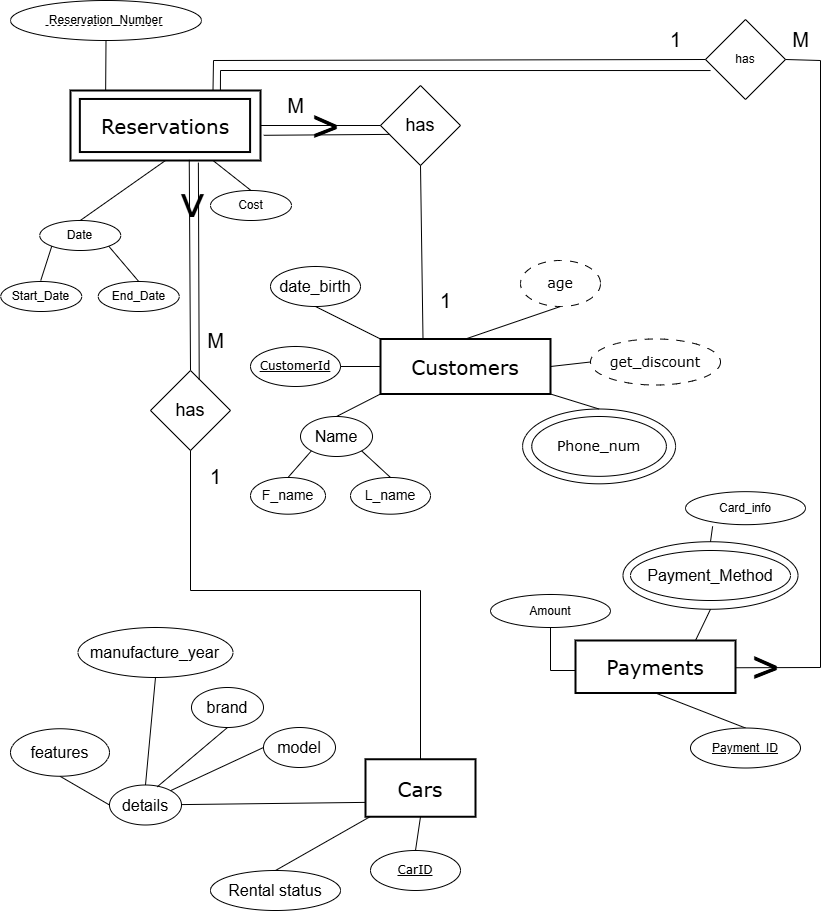
Before: ER Diagram.drawio.png, a diagram exported from draw.io (haneen1705/ERDs). Source tidied: cells renumbered, new cells last; positions are measured from the earlier drawing's top-left corner, leaving out a move shared by most shapes.
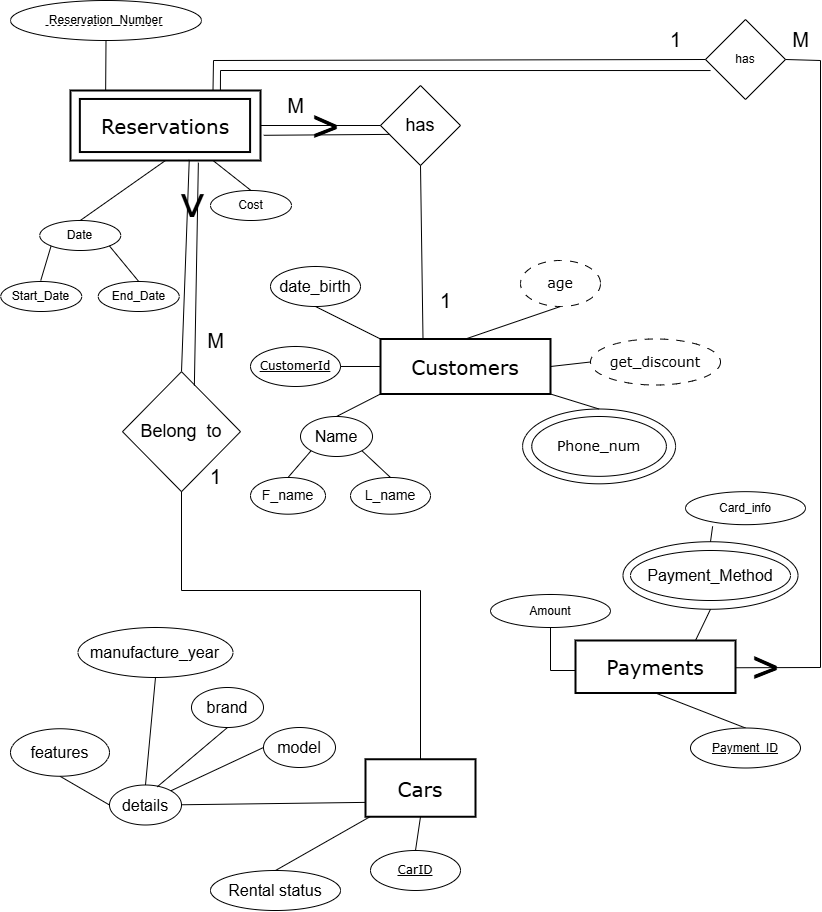
After the commit.

Diff of the diagram source:
```diff
@@ -200,14 +200,14 @@
     <mxCell id="64" style="endArrow=none;html=1;rounded=0;exitX=0.625;exitY=0.991;exitDx=0;exitDy=0;entryX=0.5;entryY=0;entryDx=0;entryDy=0;exitPerimeter=0;" parent="1" edge="1" source="6" target="65">
       <mxGeometry relative="1" as="geometry" />
     </mxCell>
-    <mxCell id="65" value="&lt;font style=&quot;font-size: 18px;&quot;&gt;has&lt;/font&gt;" style="rhombus;whiteSpace=wrap;html=1;" parent="1" vertex="1">
-      <mxGeometry x="150" y="370" width="80" height="80" as="geometry" />
+    <mxCell id="65" value="&lt;font style=&quot;font-size: 18px;&quot;&gt;Belong&amp;nbsp; to&lt;/font&gt;" style="rhombus;whiteSpace=wrap;html=1;" parent="1" vertex="1">
+      <mxGeometry x="122" y="371.2" width="118" height="120" as="geometry" />
     </mxCell>
     <mxCell id="66" style="endArrow=none;html=1;rounded=0;entryX=0.5;entryY=1;entryDx=0;entryDy=0;exitX=0.5;exitY=0;exitDx=0;exitDy=0;" parent="1" edge="1" source="3" target="65">
       <mxGeometry relative="1" as="geometry">
         <Array as="points">
           <mxPoint x="420" y="590" />
-          <mxPoint x="190" y="590" />
+          <mxPoint x="181" y="590" />
         </Array>
       </mxGeometry>
     </mxCell>
@@ -270,7 +270,7 @@
     <mxCell id="80" value="&lt;font style=&quot;font-size: 48px;&quot;&gt;&amp;gt;&lt;/font&gt;" style="text;html=1;align=center;verticalAlign=middle;strokeColor=none;fillColor=none;rotation=0;" parent="1" vertex="1">
       <mxGeometry x="740" y="633.2" width="50" height="70" as="geometry" />
     </mxCell>
-    <mxCell id="81" value="&lt;font style=&quot;font-size: 48px;&quot;&gt;&amp;gt;&lt;/font&gt;" style="text;html=1;align=center;verticalAlign=middle;strokeColor=none;fillColor=none;rotation=0;" parent="1" vertex="1">
+    <mxCell id="81" value="&lt;font style=&quot;font-size: 48px;&quot;&gt;&amp;gt;&lt;/font&gt;" style="text;html=1;align=center;verticalAlign=middle;strokeColor=none;fillColor=none;rotation=0;strokeWidth=0;" parent="1" vertex="1">
       <mxGeometry x="300" y="92" width="50" height="70" as="geometry" />
     </mxCell>
     <mxCell id="82" value="&lt;font style=&quot;font-size: 48px;&quot;&gt;&amp;gt;&lt;/font&gt;" style="text;html=1;align=center;verticalAlign=middle;strokeColor=none;fillColor=none;rotation=90;" parent="1" vertex="1">
```
